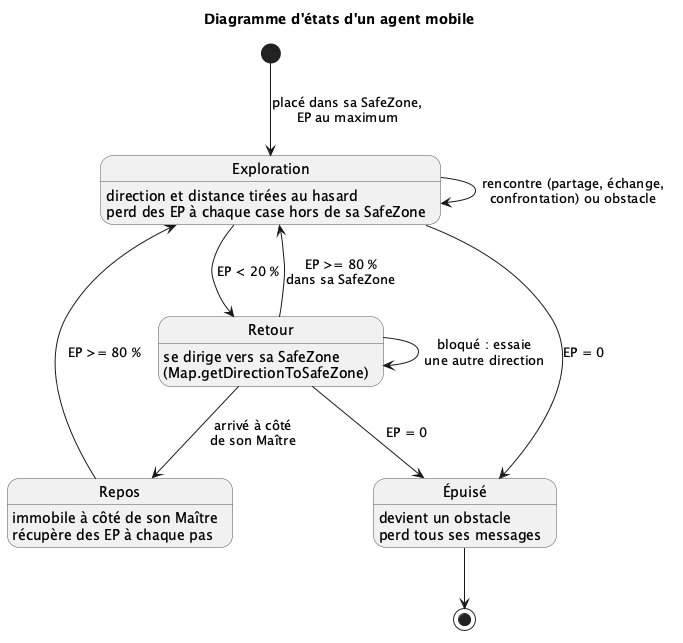
Above: docs/uml/stateDiagram.png in OlivierClavier/GameOfThrones-MAS (PlantUML), before the change.
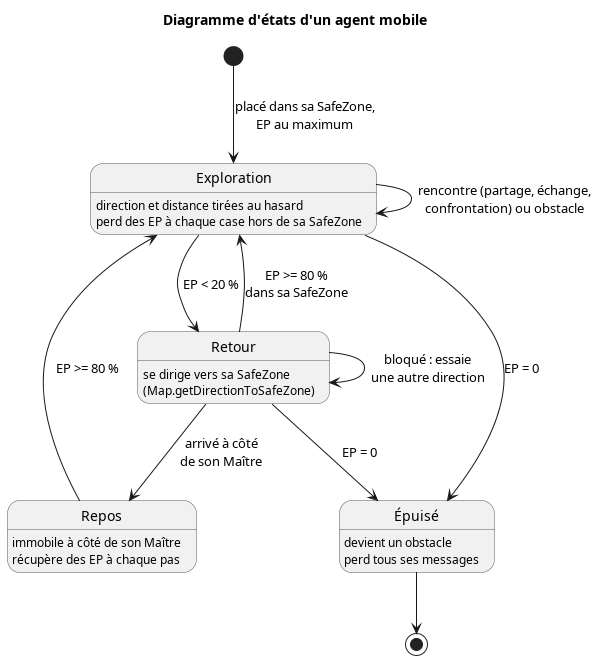
After the commit.

Diff of the diagram source:
```diff
@@ -1,4 +1,5 @@
-@startuml
+@startuml stateDiagram
+skinparam defaultFontName Arial
 title Diagramme d'états d'un agent mobile
 skinparam stateBorderColor #555555
 
```
